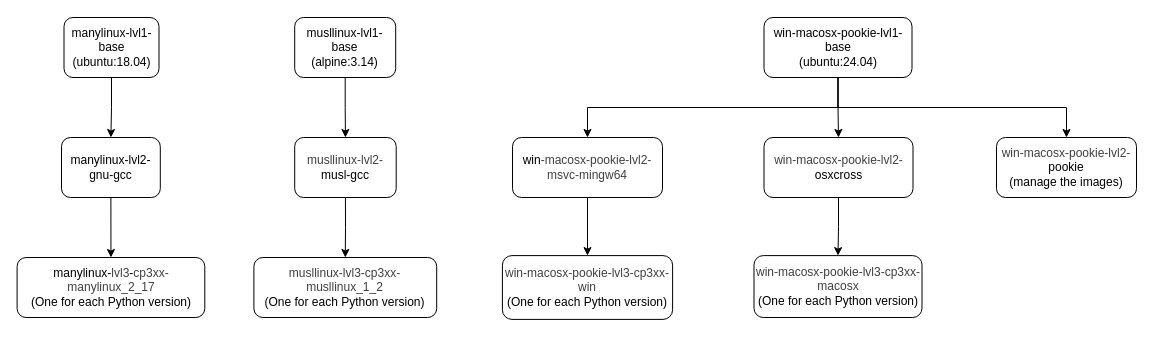
This is images/Docker_layer_graph.drawio from andreslilloortiz/pookie, a draw.io file, before an edit. Source tidied: cells renumbered, new cells numbered last; positions are measured from the earlier drawing's top-left corner, leaving out a move shared by most shapes. Both pictures are drawn from the tidied source at 100%, with x=0, y=0 at pixel (17, 17).
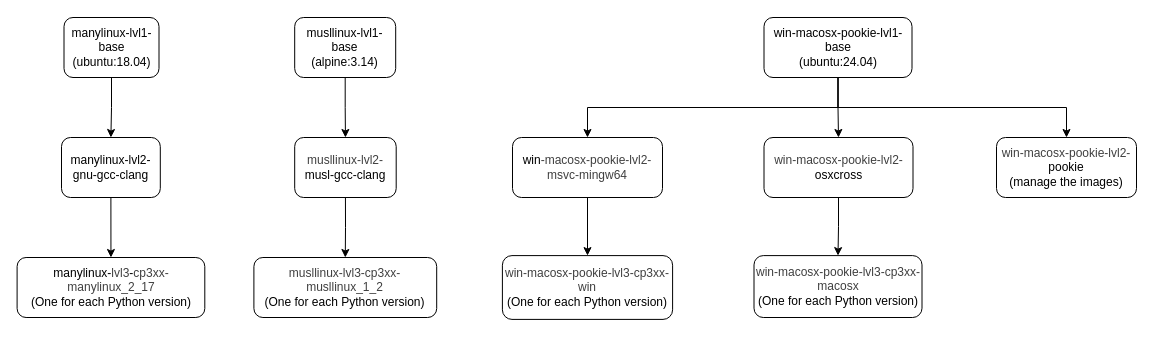
After the change.

Commit message (it also covers changes not shown here):
Clang or gcc choice for many and musl targets

Change to the diagram source:
```diff
@@
-    <mxCell id="5" value="&lt;font&gt;manylinux-lvl2-gnu-gcc&lt;/font&gt;" style="rounded=1;whiteSpace=wrap;html=1;strokeColor=default;" parent="1" vertex="1">
+    <mxCell id="5" value="&lt;font&gt;manylinux-lvl2-gnu-gcc-clang&lt;/font&gt;" style="rounded=1;whiteSpace=wrap;html=1;strokeColor=default;" parent="1" vertex="1">
       <mxGeometry x="44" y="120" width="98.8" height="60" as="geometry" />
     </mxCell>
@@
-    <mxCell id="10" value="&lt;font&gt;&lt;span style=&quot;color: rgb(63, 63, 63);&quot;&gt;musllinux-lvl2-&lt;/span&gt;musl-gcc&lt;/font&gt;" style="rounded=1;whiteSpace=wrap;html=1;" parent="1" vertex="1">
+    <mxCell id="10" value="&lt;font&gt;&lt;span style=&quot;color: rgb(63, 63, 63);&quot;&gt;musllinux-lvl2-&lt;/span&gt;musl-gcc-clang&lt;/font&gt;" style="rounded=1;whiteSpace=wrap;html=1;" parent="1" vertex="1">
       <mxGeometry x="277.2" y="120" width="101.5" height="60" as="geometry" />
     </mxCell>
```
